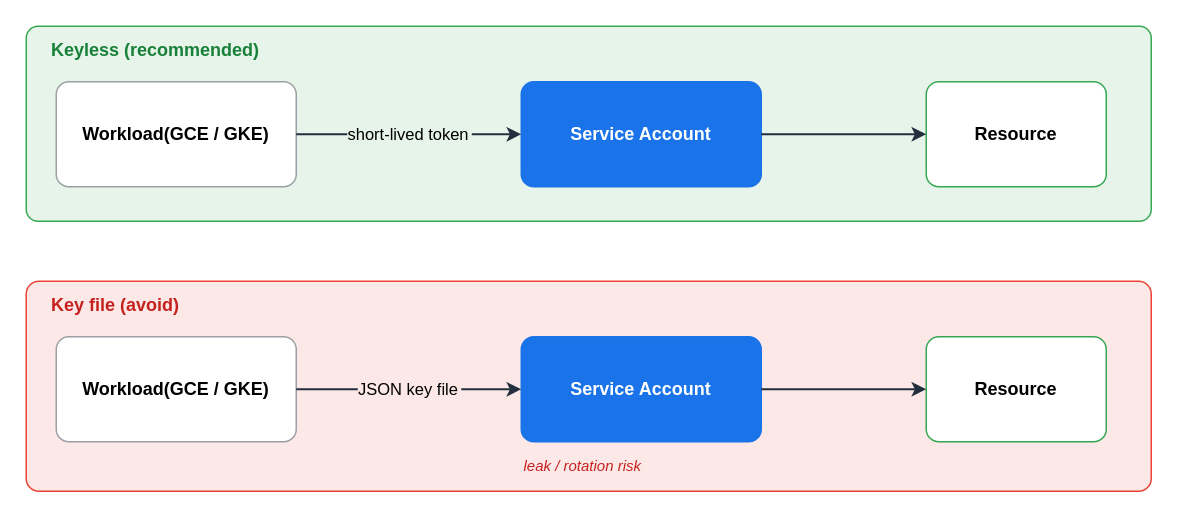
Before: assets/img/gcp/gcp-sa-auth.drawio in KKamJi98/kkamji98.github.io, a draw.io diagram. Source tidied: cells renumbered, new cells numbered last; positions are measured from the earlier drawing's top-left corner, leaving out a move shared by most shapes. Both pictures are drawn from the tidied source at 150%, with x=0, y=0 at pixel (26, 26).
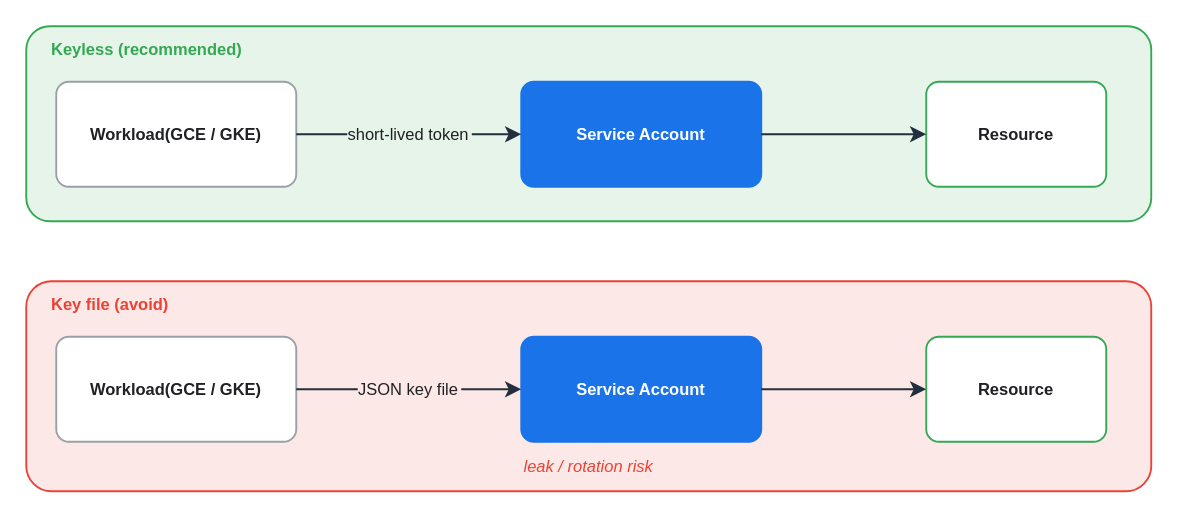
Above is the later version.

The edit, as a diff of the source:
```diff
@@
 <mxGraphModel background="#FFFFFF">
   <root>
     <mxCell id="0" />
     <mxCell id="1" parent="0" />
-    <mxCell id="2" style="rounded=1;arcSize=6;whiteSpace=wrap;html=0;fillColor=#E6F4EA;strokeColor=#34A853;fontColor=#000000;" parent="1" vertex="1">
+    <mxCell id="2" style="rounded=1;arcSize=12;whiteSpace=wrap;html=0;fillColor=#E6F4EA;strokeColor=#34A853;fontColor=#202124;strokeWidth=1.25;" parent="1" vertex="1">
       <mxGeometry width="750" height="130" as="geometry" />
     </mxCell>
-    <mxCell id="3" style="rounded=1;arcSize=6;whiteSpace=wrap;html=0;fillColor=#FCE8E6;strokeColor=#EA4335;fontColor=#000000;" parent="1" vertex="1">
+    <mxCell id="3" style="rounded=1;arcSize=12;whiteSpace=wrap;html=0;fillColor=#FCE8E6;strokeColor=#EA4335;fontColor=#202124;strokeWidth=1.25;" parent="1" vertex="1">
       <mxGeometry y="170" width="750" height="140" as="geometry" />
     </mxCell>
-    <mxCell id="4" value="Keyless (recommended)" style="text;html=0;align=left;verticalAlign=middle;fontColor=#188038;fontSize=12;fontStyle=1;" parent="1" vertex="1">
+    <mxCell id="4" value="Keyless (recommended)" style="text;html=0;align=left;verticalAlign=middle;fontColor=#34A853;fontSize=11;fontStyle=1;" parent="1" vertex="1">
       <mxGeometry x="15" y="5" width="250" height="20" as="geometry" />
     </mxCell>
-    <mxCell id="5" value="Workload(GCE / GKE)" style="rounded=1;arcSize=12;whiteSpace=wrap;html=0;fillColor=#FFFFFF;strokeColor=#9AA0A6;fontColor=#000000;fontSize=12;fontStyle=1;verticalAlign=middle;align=center;" parent="1" vertex="1">
+    <mxCell id="5" value="Workload(GCE / GKE)" style="rounded=1;arcSize=12;whiteSpace=wrap;html=0;fillColor=#FFFFFF;strokeColor=#9AA0A6;fontColor=#202124;fontSize=11;fontStyle=1;verticalAlign=middle;align=center;strokeWidth=1.25;" parent="1" vertex="1">
       <mxGeometry x="20" y="37" width="160" height="70" as="geometry" />
     </mxCell>
-    <mxCell id="6" value="Service Account" style="rounded=1;arcSize=12;whiteSpace=wrap;html=0;fillColor=#1A73E8;strokeColor=#1A73E8;fontColor=#FFFFFF;fontSize=12;fontStyle=1;verticalAlign=middle;align=center;" parent="1" vertex="1">
+    <mxCell id="6" value="Service Account" style="rounded=1;arcSize=12;whiteSpace=wrap;html=0;fillColor=#1A73E8;strokeColor=#1A73E8;fontColor=#FFFFFF;fontSize=11;fontStyle=1;verticalAlign=middle;align=center;strokeWidth=1.25;" parent="1" vertex="1">
       <mxGeometry x="330" y="37" width="160" height="70" as="geometry" />
     </mxCell>
-    <mxCell id="7" value="Resource" style="rounded=1;arcSize=12;whiteSpace=wrap;html=0;fillColor=#FFFFFF;strokeColor=#34A853;fontColor=#000000;fontSize=12;fontStyle=1;verticalAlign=middle;align=center;" parent="1" vertex="1">
+    <mxCell id="7" value="Resource" style="rounded=1;arcSize=12;whiteSpace=wrap;html=0;fillColor=#FFFFFF;strokeColor=#34A853;fontColor=#202124;fontSize=11;fontStyle=1;verticalAlign=middle;align=center;strokeWidth=1.25;" parent="1" vertex="1">
       <mxGeometry x="600" y="37" width="120" height="70" as="geometry" />
     </mxCell>
-    <mxCell id="8" value="Key file (avoid)" style="text;html=0;align=left;verticalAlign=middle;fontColor=#C5221F;fontSize=12;fontStyle=1;" parent="1" vertex="1">
+    <mxCell id="8" value="Key file (avoid)" style="text;html=0;align=left;verticalAlign=middle;fontColor=#EA4335;fontSize=11;fontStyle=1;" parent="1" vertex="1">
       <mxGeometry x="15" y="175" width="250" height="20" as="geometry" />
     </mxCell>
-    <mxCell id="9" value="Workload(GCE / GKE)" style="rounded=1;arcSize=12;whiteSpace=wrap;html=0;fillColor=#FFFFFF;strokeColor=#9AA0A6;fontColor=#000000;fontSize=12;fontStyle=1;verticalAlign=middle;align=center;" parent="1" vertex="1">
+    <mxCell id="9" value="Workload(GCE / GKE)" style="rounded=1;arcSize=12;whiteSpace=wrap;html=0;fillColor=#FFFFFF;strokeColor=#9AA0A6;fontColor=#202124;fontSize=11;fontStyle=1;verticalAlign=middle;align=center;strokeWidth=1.25;" parent="1" vertex="1">
       <mxGeometry x="20" y="207" width="160" height="70" as="geometry" />
     </mxCell>
-    <mxCell id="10" value="Service Account" style="rounded=1;arcSize=12;whiteSpace=wrap;html=0;fillColor=#1A73E8;strokeColor=#1A73E8;fontColor=#FFFFFF;fontSize=12;fontStyle=1;verticalAlign=middle;align=center;" parent="1" vertex="1">
+    <mxCell id="10" value="Service Account" style="rounded=1;arcSize=12;whiteSpace=wrap;html=0;fillColor=#1A73E8;strokeColor=#1A73E8;fontColor=#FFFFFF;fontSize=11;fontStyle=1;verticalAlign=middle;align=center;strokeWidth=1.25;" parent="1" vertex="1">
       <mxGeometry x="330" y="207" width="160" height="70" as="geometry" />
     </mxCell>
-    <mxCell id="11" value="Resource" style="rounded=1;arcSize=12;whiteSpace=wrap;html=0;fillColor=#FFFFFF;strokeColor=#34A853;fontColor=#000000;fontSize=12;fontStyle=1;verticalAlign=middle;align=center;" parent="1" vertex="1">
+    <mxCell id="11" value="Resource" style="rounded=1;arcSize=12;whiteSpace=wrap;html=0;fillColor=#FFFFFF;strokeColor=#34A853;fontColor=#202124;fontSize=11;fontStyle=1;verticalAlign=middle;align=center;strokeWidth=1.25;" parent="1" vertex="1">
       <mxGeometry x="600" y="207" width="120" height="70" as="geometry" />
     </mxCell>
-    <mxCell id="12" value="leak / rotation risk" style="text;html=0;align=left;verticalAlign=middle;fontColor=#C5221F;fontSize=10;fontStyle=2;" parent="1" vertex="1">
+    <mxCell id="12" value="leak / rotation risk" style="text;html=0;align=left;verticalAlign=middle;fontColor=#EA4335;fontSize=11;fontStyle=2;" parent="1" vertex="1">
       <mxGeometry x="330" y="283" width="300" height="20" as="geometry" />
     </mxCell>
-    <mxCell id="13" value="short-lived token" style="edgeStyle=orthogonalEdgeStyle;html=0;rounded=0;strokeColor=#232F3E;strokeWidth=1.25;fontColor=#000000;labelBackgroundColor=#E6F4EA;endArrow=classic;exitX=1;exitY=0.5;exitDx=0;exitDy=0;entryX=0;entryY=0.5;entryDx=0;entryDy=0;" parent="1" edge="1" source="5" target="6">
+    <mxCell id="13" value="short-lived token" style="edgeStyle=orthogonalEdgeStyle;html=0;rounded=0;strokeColor=#232F3E;strokeWidth=1.25;fontColor=#202124;labelBackgroundColor=#E6F4EA;endArrow=classic;exitX=1;exitY=0.5;exitDx=0;exitDy=0;entryX=0;entryY=0.5;entryDx=0;entryDy=0;endSize=7;" parent="1" edge="1" source="5" target="6">
       <mxGeometry relative="1" as="geometry" />
     </mxCell>
-    <mxCell id="14" style="edgeStyle=orthogonalEdgeStyle;html=0;rounded=0;strokeColor=#232F3E;strokeWidth=1.25;fontColor=#000000;endArrow=classic;exitX=1;exitY=0.5;exitDx=0;exitDy=0;entryX=0;entryY=0.5;entryDx=0;entryDy=0;" parent="1" edge="1" source="6" target="7">
+    <mxCell id="14" style="edgeStyle=orthogonalEdgeStyle;html=0;rounded=0;strokeColor=#232F3E;strokeWidth=1.25;fontColor=#202124;endArrow=classic;exitX=1;exitY=0.5;exitDx=0;exitDy=0;entryX=0;entryY=0.5;entryDx=0;entryDy=0;endSize=7;" parent="1" edge="1" source="6" target="7">
       <mxGeometry relative="1" as="geometry" />
     </mxCell>
-    <mxCell id="15" value="JSON key file" style="edgeStyle=orthogonalEdgeStyle;html=0;rounded=0;strokeColor=#232F3E;strokeWidth=1.25;fontColor=#000000;labelBackgroundColor=#FCE8E6;endArrow=classic;exitX=1;exitY=0.5;exitDx=0;exitDy=0;entryX=0;entryY=0.5;entryDx=0;entryDy=0;" parent="1" edge="1" source="9" target="10">
+    <mxCell id="15" value="JSON key file" style="edgeStyle=orthogonalEdgeStyle;html=0;rounded=0;strokeColor=#232F3E;strokeWidth=1.25;fontColor=#202124;labelBackgroundColor=#FCE8E6;endArrow=classic;exitX=1;exitY=0.5;exitDx=0;exitDy=0;entryX=0;entryY=0.5;entryDx=0;entryDy=0;endSize=7;" parent="1" edge="1" source="9" target="10">
       <mxGeometry relative="1" as="geometry" />
     </mxCell>
-    <mxCell id="16" style="edgeStyle=orthogonalEdgeStyle;html=0;rounded=0;strokeColor=#232F3E;strokeWidth=1.25;fontColor=#000000;endArrow=classic;exitX=1;exitY=0.5;exitDx=0;exitDy=0;entryX=0;entryY=0.5;entryDx=0;entryDy=0;" parent="1" edge="1" source="10" target="11">
+    <mxCell id="16" style="edgeStyle=orthogonalEdgeStyle;html=0;rounded=0;strokeColor=#232F3E;strokeWidth=1.25;fontColor=#202124;endArrow=classic;exitX=1;exitY=0.5;exitDx=0;exitDy=0;entryX=0;entryY=0.5;entryDx=0;entryDy=0;endSize=7;" parent="1" edge="1" source="10" target="11">
       <mxGeometry relative="1" as="geometry" />
     </mxCell>
   </root>
 </mxGraphModel>
```
